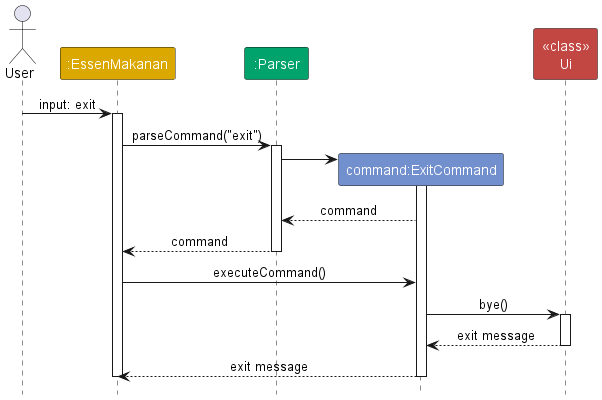
nus-cs2113-AY2324S1/tp keeps this PlantUML diagram as docs/images/ExitSequenceDiagram.png. Above is the earlier version. Source of this version:
```plantuml
@startuml
!include style.puml
skinparam ArrowFontStyle plain

actor User

participant ":EssenMakanan" as EssenMakanan MAIN_COLOR
participant ":Parser" as Parser PARSER_COLOR
participant "command:ExitCommand" as ExitCommand COMMAND_COLOR
participant "<<class>>\nUi" as Ui INTERFACE_COLOR

User-> EssenMakanan : input: exit
activate EssenMakanan

EssenMakanan -> Parser : parseCommand("exit")
activate Parser

create ExitCommand
Parser -> ExitCommand
activate ExitCommand


ExitCommand --> Parser : command

Parser --> EssenMakanan: command
deactivate Parser

EssenMakanan -> ExitCommand : executeCommand()

ExitCommand -> Ui : bye()
activate Ui

Ui --> ExitCommand : exit message
deactivate Ui

ExitCommand --> EssenMakanan : exit message
deactivate ExitCommand

deactivate EssenMakanan

@enduml
```
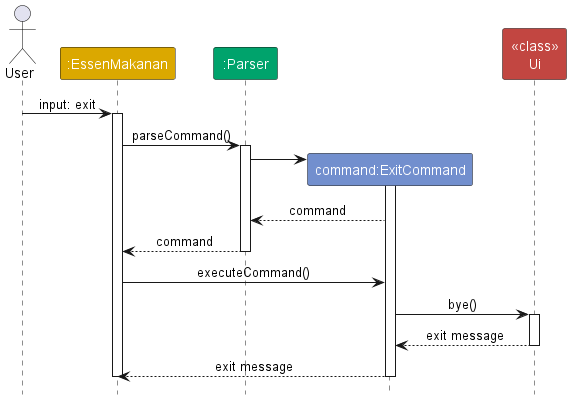
Above is the later version.

Commit message:
Add steps for exit command

What changed in the source:
```diff
@@ -12,7 +12,7 @@
 User-> EssenMakanan : input: exit
 activate EssenMakanan
 
-EssenMakanan -> Parser : parseCommand("exit")
+EssenMakanan -> Parser : parseCommand()
 activate Parser
 
 create ExitCommand
```
